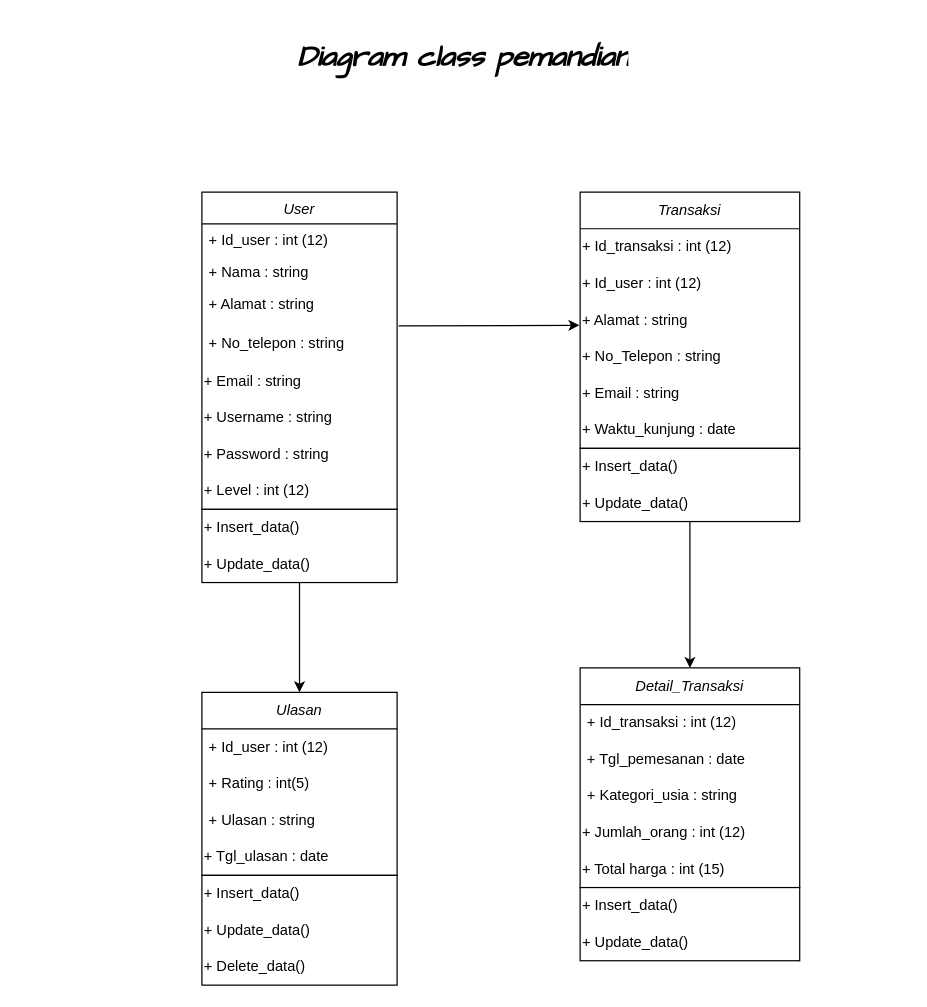
Above: pemandian.drawio in Aiyub150/DiagramClass_Pemandian (draw.io), before the change. Source tidied: cells renumbered, new cells numbered last; positions are measured from the earlier drawing's top-left corner, leaving out a move shared by most shapes. Both pictures are drawn from the tidied source at 122%, with x=0, y=0 at pixel (201, 33).
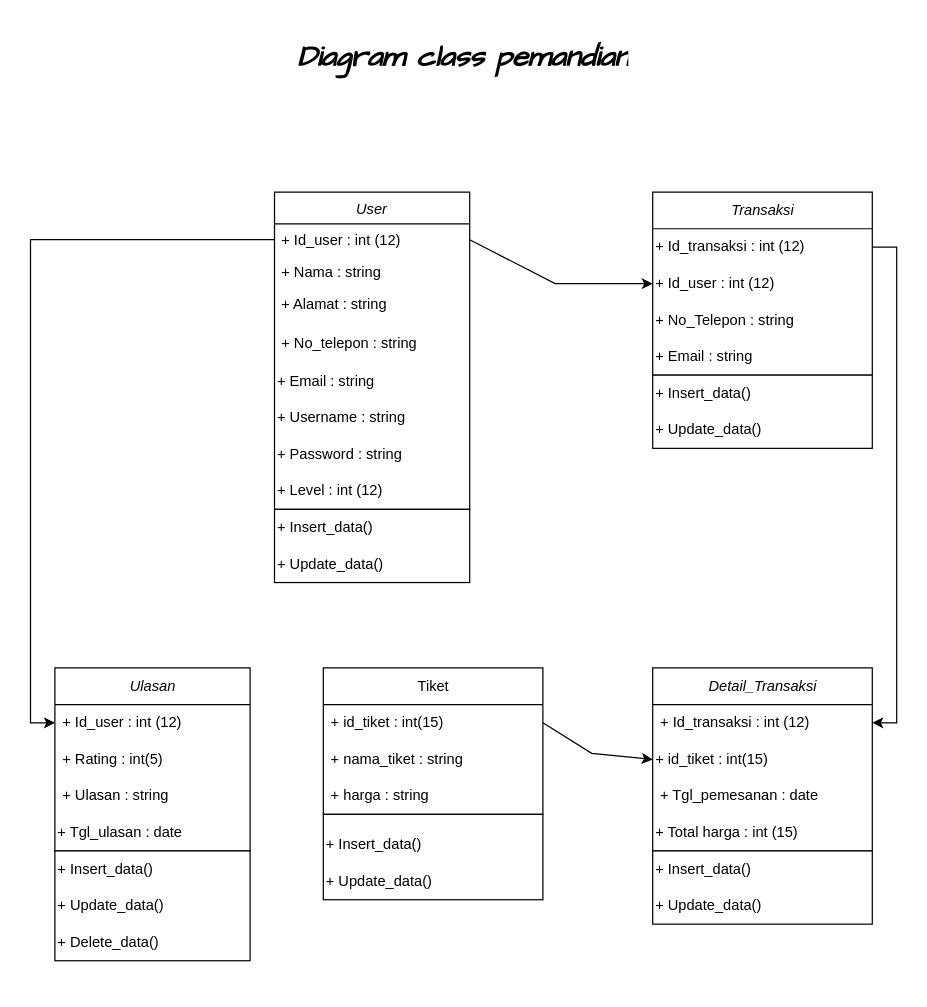
After the change.

The change refers to these unchanged cells:
```xml
<mxCell id="3" value="+ Id_user : int (12)" style="text;align=left;verticalAlign=top;spacingLeft=4;spacingRight=4;overflow=hidden;points=[[0,0.5],[1,0.5]];portConstraint=eastwest;" parent="2" vertex="1">
  <mxGeometry y="26" width="160" height="26" as="geometry" />
</mxCell>
<mxCell id="6" value="+ No_telepon : string" style="text;align=left;verticalAlign=top;spacingLeft=4;spacingRight=4;overflow=hidden;points=[[0,0.5],[1,0.5]];portConstraint=eastwest;" parent="2" vertex="1">
  <mxGeometry y="110" width="160" height="30" as="geometry" />
</mxCell>
<mxCell id="13" value="+ Id_transaksi : int (12)" style="text;html=1;align=left;verticalAlign=middle;points=[];strokeColor=none;fillColor=none;" parent="12" vertex="1">
  <mxGeometry y="30" width="180" height="30" as="geometry" />
</mxCell>
<mxCell id="14" value="+ Id_user : int (12)" style="text;html=1;strokeColor=none;fillColor=none;align=left;verticalAlign=middle;whiteSpace=wrap;rounded=0;" parent="12" vertex="1">
  <mxGeometry y="60" width="180" height="30" as="geometry" />
</mxCell>
<mxCell id="21" value="+ Id_transaksi : int (12)" style="text;strokeColor=none;fillColor=none;align=left;verticalAlign=middle;spacingLeft=4;spacingRight=4;overflow=hidden;points=[[0,0.5],[1,0.5]];portConstraint=eastwest;whiteSpace=wrap;html=1;" parent="20" vertex="1">
  <mxGeometry y="30" width="180" height="30" as="geometry" />
</mxCell>
<mxCell id="27" value="+ Id_user : int (12)" style="text;strokeColor=none;fillColor=none;align=left;verticalAlign=middle;spacingLeft=4;spacingRight=4;overflow=hidden;points=[[0,0.5],[1,0.5]];portConstraint=eastwest;whiteSpace=wrap;html=1;" parent="26" vertex="1">
  <mxGeometry y="30" width="160" height="30" as="geometry" />
</mxCell>
```

Change to the diagram source:
```diff
@@
     <mxCell id="2" value="User" style="swimlane;fontStyle=2;align=center;verticalAlign=top;horizontal=1;startSize=26;rounded=0;shadow=0;strokeWidth=1;" parent="1" vertex="1">
-      <mxGeometry y="130" width="160" height="260" as="geometry" />
+      <mxGeometry x="59.5" y="130" width="160" height="260" as="geometry" />
     </mxCell>
@@
     <mxCell id="12" value="Transaksi" style="swimlane;fontStyle=2;horizontal=1;startSize=30;whiteSpace=wrap;html=1;align=center;" parent="1" vertex="1">
-      <mxGeometry x="310" y="130" width="180" height="210" as="geometry" />
+      <mxGeometry x="369.5" y="130" width="180" height="150" as="geometry" />
     </mxCell>
@@
-    <mxCell id="15" value="+ Alamat : string" style="text;html=1;strokeColor=none;fillColor=none;align=left;verticalAlign=middle;whiteSpace=wrap;rounded=0;" parent="12" vertex="1">
-      <mxGeometry y="90" width="180" height="30" as="geometry" />
-    </mxCell>
     <mxCell id="16" value="+ No_Telepon&amp;nbsp;: string" style="text;html=1;strokeColor=none;fillColor=none;align=left;verticalAlign=middle;whiteSpace=wrap;rounded=0;" parent="12" vertex="1">
-      <mxGeometry y="120" width="180" height="30" as="geometry" />
+      <mxGeometry y="90" width="180" height="30" as="geometry" />
     </mxCell>
     <mxCell id="17" value="+ Email&amp;nbsp;: string" style="text;html=1;strokeColor=none;fillColor=none;align=left;verticalAlign=middle;whiteSpace=wrap;rounded=0;" parent="12" vertex="1">
-      <mxGeometry y="150" width="180" height="30" as="geometry" />
+      <mxGeometry y="120" width="180" height="30" as="geometry" />
     </mxCell>
-    <mxCell id="18" value="+ Waktu_kunjung : date" style="text;html=1;strokeColor=none;fillColor=none;align=left;verticalAlign=middle;whiteSpace=wrap;rounded=0;" parent="12" vertex="1">
-      <mxGeometry y="180" width="180" height="30" as="geometry" />
-    </mxCell>
-    <mxCell id="19" style="endArrow=classic;html=1;rounded=0;entryX=-0.003;entryY=0.638;entryDx=0;entryDy=0;entryPerimeter=0;exitX=1.008;exitY=-0.013;exitDx=0;exitDy=0;exitPerimeter=0;" parent="1" edge="1" source="6" target="15">
-      <mxGeometry relative="1" as="geometry" />
+    <mxCell id="19" style="endArrow=classic;html=1;rounded=0;entryX=0;entryY=0.5;entryDx=0;entryDy=0;exitX=1;exitY=0.5;exitDx=0;exitDy=0;" parent="1" edge="1" source="3" target="14">
+      <mxGeometry relative="1" as="geometry">
+        <Array as="points">
+          <mxPoint x="289.5" y="205" />
+        </Array>
+      </mxGeometry>
     </mxCell>
     <mxCell id="20" value="Detail_Transaksi" style="swimlane;fontStyle=2;horizontal=1;startSize=30;whiteSpace=wrap;html=1;" parent="1" vertex="1">
-      <mxGeometry x="310" y="520" width="180" height="180" as="geometry" />
+      <mxGeometry x="369.5" y="520" width="180" height="150" as="geometry" />
     </mxCell>
@@
+    <mxCell id="46" value="+ id_tiket : int(15)" style="text;html=1;strokeColor=none;fillColor=none;align=left;verticalAlign=middle;whiteSpace=wrap;rounded=0;" parent="20" vertex="1">
+      <mxGeometry y="60" width="180" height="30" as="geometry" />
+    </mxCell>
     <mxCell id="22" value="+ Tgl_pemesanan : date" style="text;strokeColor=none;fillColor=none;align=left;verticalAlign=middle;spacingLeft=4;spacingRight=4;overflow=hidden;whiteSpace=wrap;html=1;" parent="20" vertex="1">
-      <mxGeometry y="60" width="180" height="30" as="geometry" />
+      <mxGeometry y="90" width="180" height="30" as="geometry" />
     </mxCell>
-    <mxCell id="23" value="+ Kategori_usia : string" style="text;strokeColor=none;fillColor=none;align=left;verticalAlign=middle;spacingLeft=4;spacingRight=4;overflow=hidden;whiteSpace=wrap;html=1;" parent="20" vertex="1">
-      <mxGeometry y="90" width="180" height="30" as="geometry" />
-    </mxCell>
-    <mxCell id="24" value="+ Jumlah_orang : int (12)" style="text;html=1;align=left;verticalAlign=middle;strokeColor=none;fillColor=none;" parent="20" vertex="1">
-      <mxGeometry y="120" width="180" height="30" as="geometry" />
-    </mxCell>
     <mxCell id="25" value="+ Total harga : int (15)" style="text;html=1;align=left;verticalAlign=middle;strokeColor=none;fillColor=none;" parent="20" vertex="1">
-      <mxGeometry y="150" width="180" height="30" as="geometry" />
+      <mxGeometry y="120" width="180" height="30" as="geometry" />
     </mxCell>
     <mxCell id="26" value="&lt;i&gt;Ulasan&lt;/i&gt;" style="swimlane;fontStyle=0;horizontal=1;startSize=30;whiteSpace=wrap;html=1;align=center;" parent="1" vertex="1">
-      <mxGeometry y="540" width="160" height="150" as="geometry" />
+      <mxGeometry x="-120.5" y="520" width="160" height="150" as="geometry" />
     </mxCell>
@@
     <mxCell id="31" style="rounded=0;whiteSpace=wrap;html=1;align=left;" parent="1" vertex="1">
-      <mxGeometry y="390" width="160" height="60" as="geometry" />
+      <mxGeometry x="59.5" y="390" width="160" height="60" as="geometry" />
     </mxCell>
     <mxCell id="32" value="+ Insert_data()" style="text;html=1;strokeColor=none;fillColor=none;align=left;verticalAlign=middle;whiteSpace=wrap;rounded=0;" parent="1" vertex="1">
-      <mxGeometry y="390" width="160" height="30" as="geometry" />
+      <mxGeometry x="59.5" y="390" width="160" height="30" as="geometry" />
     </mxCell>
-    <mxCell id="33" style="edgeStyle=orthogonalEdgeStyle;rounded=0;jettySize=auto;html=1;" parent="1" edge="1" source="34" target="26">
-      <mxGeometry relative="1" as="geometry" />
-    </mxCell>
     <mxCell id="34" value="+ Update_data()" style="text;html=1;strokeColor=none;fillColor=none;align=left;verticalAlign=middle;whiteSpace=wrap;rounded=0;" parent="1" vertex="1">
-      <mxGeometry y="420" width="160" height="30" as="geometry" />
+      <mxGeometry x="59.5" y="420" width="160" height="30" as="geometry" />
     </mxCell>
     <mxCell id="35" style="rounded=0;whiteSpace=wrap;html=1;" parent="1" vertex="1">
-      <mxGeometry y="690" width="160" height="90" as="geometry" />
+      <mxGeometry x="-120.5" y="670" width="160" height="90" as="geometry" />
     </mxCell>
     <mxCell id="36" value="+ Insert_data()" style="text;html=1;strokeColor=none;fillColor=none;align=left;verticalAlign=middle;whiteSpace=wrap;rounded=0;" parent="1" vertex="1">
-      <mxGeometry y="690" width="160" height="30" as="geometry" />
+      <mxGeometry x="-120.5" y="670" width="160" height="30" as="geometry" />
     </mxCell>
     <mxCell id="37" value="+ Update_data()" style="text;html=1;strokeColor=none;fillColor=none;align=left;verticalAlign=middle;whiteSpace=wrap;rounded=0;" parent="1" vertex="1">
-      <mxGeometry y="720" width="160" height="30" as="geometry" />
+      <mxGeometry x="-120.5" y="700" width="160" height="30" as="geometry" />
     </mxCell>
     <mxCell id="38" value="+ Delete_data()" style="text;html=1;strokeColor=none;fillColor=none;align=left;verticalAlign=middle;whiteSpace=wrap;rounded=0;" parent="1" vertex="1">
-      <mxGeometry y="750" width="160" height="30" as="geometry" />
+      <mxGeometry x="-120.5" y="730" width="160" height="30" as="geometry" />
     </mxCell>
     <mxCell id="39" style="rounded=0;whiteSpace=wrap;html=1;" parent="1" vertex="1">
-      <mxGeometry x="310" y="700" width="180" height="60" as="geometry" />
+      <mxGeometry x="369.5" y="670" width="180" height="60" as="geometry" />
     </mxCell>
     <mxCell id="40" value="+ Insert_data()" style="text;html=1;strokeColor=none;fillColor=none;align=left;verticalAlign=middle;whiteSpace=wrap;rounded=0;" parent="1" vertex="1">
-      <mxGeometry x="310" y="700" width="180" height="30" as="geometry" />
+      <mxGeometry x="369.5" y="670" width="180" height="30" as="geometry" />
     </mxCell>
     <mxCell id="41" value="+ Update_data()" style="text;html=1;strokeColor=none;fillColor=none;align=left;verticalAlign=middle;whiteSpace=wrap;rounded=0;" parent="1" vertex="1">
-      <mxGeometry x="310" y="730" width="180" height="30" as="geometry" />
+      <mxGeometry x="369.5" y="700" width="180" height="30" as="geometry" />
     </mxCell>
     <mxCell id="42" style="rounded=0;whiteSpace=wrap;html=1;" parent="1" vertex="1">
-      <mxGeometry x="310" y="340" width="180" height="60" as="geometry" />
+      <mxGeometry x="369.5" y="280" width="180" height="60" as="geometry" />
     </mxCell>
     <mxCell id="43" value="+ Insert_data()" style="text;html=1;strokeColor=none;fillColor=none;align=left;verticalAlign=middle;whiteSpace=wrap;rounded=0;" parent="1" vertex="1">
-      <mxGeometry x="310" y="340" width="180" height="30" as="geometry" />
+      <mxGeometry x="369.5" y="280" width="180" height="30" as="geometry" />
     </mxCell>
-    <mxCell id="44" style="edgeStyle=orthogonalEdgeStyle;rounded=0;jettySize=auto;html=1;entryX=0.5;entryY=0;entryDx=0;entryDy=0;" parent="1" edge="1" source="45" target="20">
-      <mxGeometry relative="1" as="geometry" />
-    </mxCell>
     <mxCell id="45" value="+ Update_data()" style="text;html=1;strokeColor=none;fillColor=none;align=left;verticalAlign=middle;whiteSpace=wrap;rounded=0;" parent="1" vertex="1">
-      <mxGeometry x="310" y="370" width="180" height="30" as="geometry" />
+      <mxGeometry x="369.5" y="310" width="180" height="30" as="geometry" />
     </mxCell>
+    <mxCell id="47" style="edgeStyle=orthogonalEdgeStyle;rounded=0;jettySize=auto;html=1;entryX=0;entryY=0.5;entryDx=0;entryDy=0;" parent="1" edge="1" source="3" target="27">
+      <mxGeometry relative="1" as="geometry" />
+    </mxCell>
+    <mxCell id="48" style="edgeStyle=orthogonalEdgeStyle;rounded=0;jettySize=auto;html=1;" parent="1" edge="1" source="13" target="21">
+      <mxGeometry relative="1" as="geometry">
+        <Array as="points">
+          <mxPoint x="569.5" y="175" />
+          <mxPoint x="569.5" y="565" />
+        </Array>
+      </mxGeometry>
+    </mxCell>
+    <mxCell id="49" value="Tiket" style="swimlane;fontStyle=0;horizontal=1;startSize=30;whiteSpace=wrap;html=1;" parent="1" vertex="1">
+      <mxGeometry x="99.5" y="520" width="180" height="120" as="geometry" />
+    </mxCell>
+    <mxCell id="50" value="+ id_tiket : int(15)" style="text;strokeColor=none;fillColor=none;align=left;verticalAlign=middle;spacingLeft=4;spacingRight=4;overflow=hidden;points=[[0,0.5],[1,0.5]];portConstraint=eastwest;whiteSpace=wrap;html=1;" parent="49" vertex="1">
+      <mxGeometry y="30" width="180" height="30" as="geometry" />
+    </mxCell>
+    <mxCell id="51" value="+ nama_tiket : string" style="text;strokeColor=none;fillColor=none;align=left;verticalAlign=middle;spacingLeft=4;spacingRight=4;overflow=hidden;whiteSpace=wrap;html=1;" parent="49" vertex="1">
+      <mxGeometry y="60" width="180" height="30" as="geometry" />
+    </mxCell>
+    <mxCell id="52" value="+ harga : string" style="text;strokeColor=none;fillColor=none;align=left;verticalAlign=middle;spacingLeft=4;spacingRight=4;overflow=hidden;whiteSpace=wrap;html=1;" parent="49" vertex="1">
+      <mxGeometry y="90" width="180" height="30" as="geometry" />
+    </mxCell>
+    <mxCell id="53" style="rounded=0;whiteSpace=wrap;html=1;" parent="1" vertex="1">
+      <mxGeometry x="99.5" y="640" width="180" height="70" as="geometry" />
+    </mxCell>
+    <mxCell id="54" value="+ Insert_data()" style="text;html=1;strokeColor=none;fillColor=none;align=left;verticalAlign=middle;whiteSpace=wrap;rounded=0;" parent="1" vertex="1">
+      <mxGeometry x="99.5" y="650" width="180" height="30" as="geometry" />
+    </mxCell>
+    <mxCell id="55" value="+ Update_data()" style="text;html=1;strokeColor=none;fillColor=none;align=left;verticalAlign=middle;whiteSpace=wrap;rounded=0;" parent="1" vertex="1">
+      <mxGeometry x="99.5" y="680" width="180" height="30" as="geometry" />
+    </mxCell>
+    <mxCell id="56" style="endArrow=classic;html=1;rounded=0;entryX=0;entryY=0.5;entryDx=0;entryDy=0;exitX=1;exitY=0.5;exitDx=0;exitDy=0;" parent="1" edge="1" source="50" target="46">
+      <mxGeometry relative="1" as="geometry">
+        <Array as="points">
+          <mxPoint x="319.5" y="590" />
+        </Array>
+      </mxGeometry>
+    </mxCell>
```
